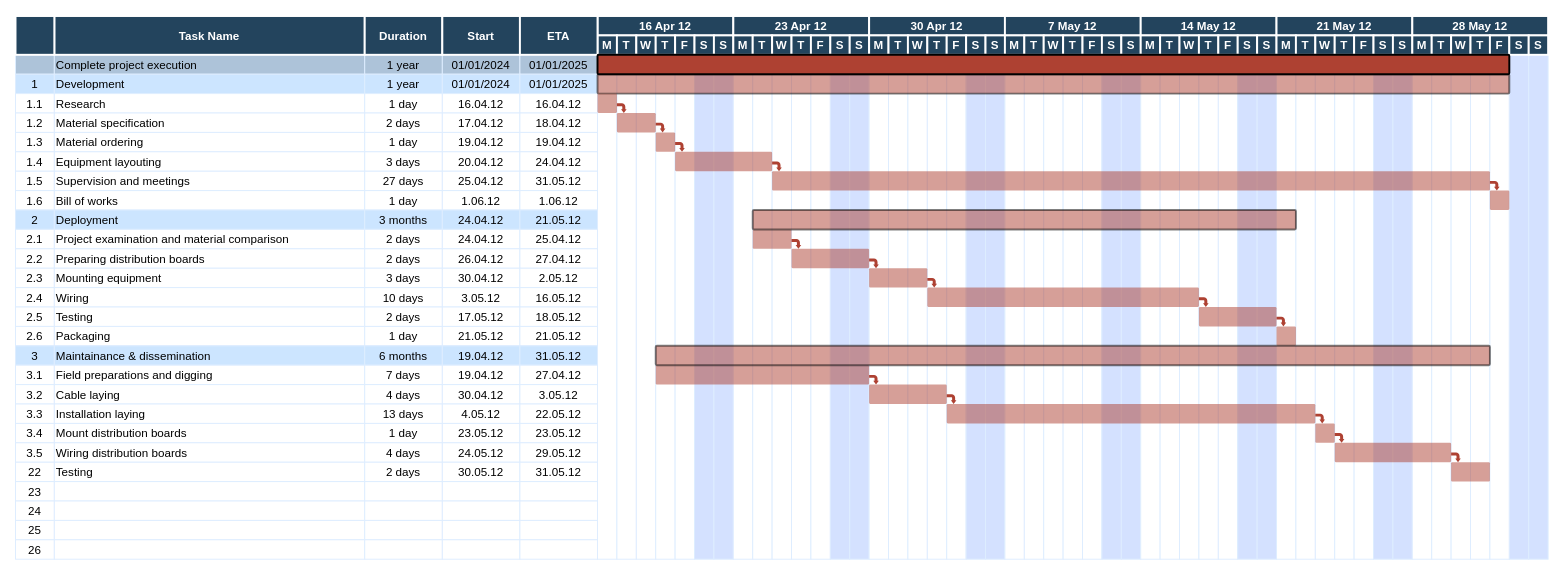
The draw.io diagram docs/GANTT-cineca.drawio in josura/c2c-sepia, before the edit. Source tidied: cells renumbered, new cells numbered last; positions are measured from the earlier drawing's top-left corner, leaving out a move shared by most shapes. Both pictures are drawn from the tidied source at 97%, with x=0, y=0 at pixel (15, 16).
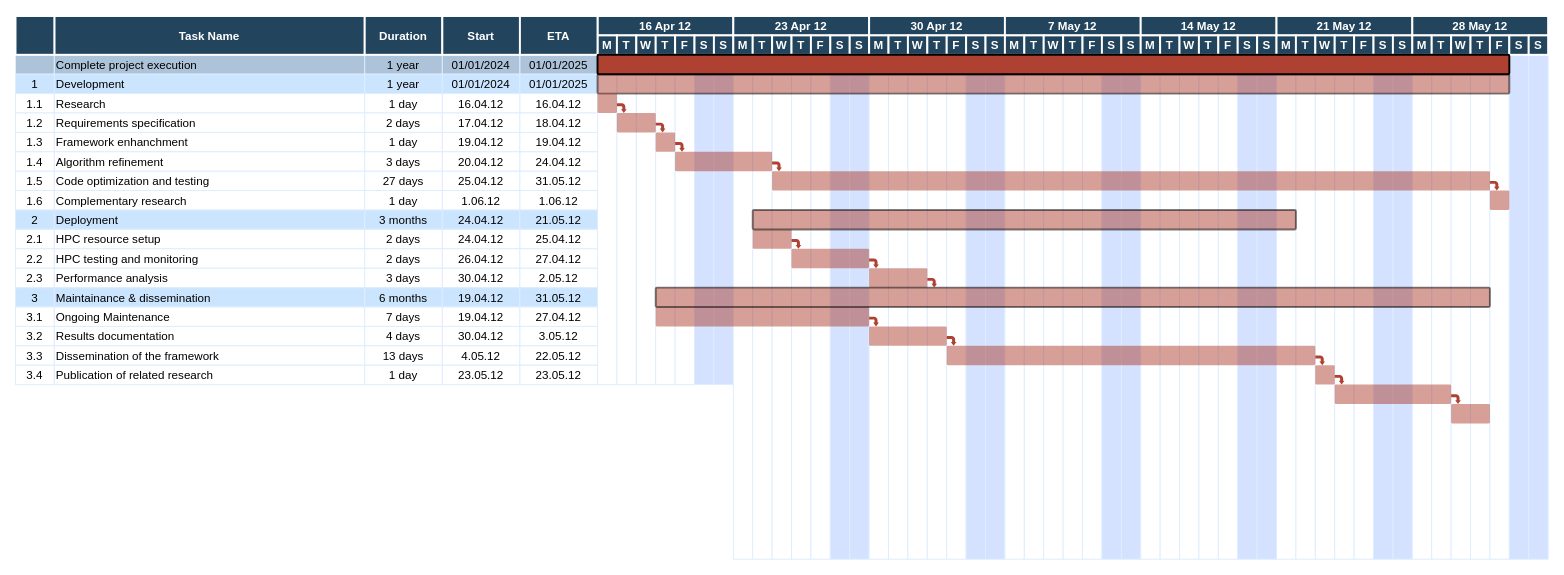
After the change.

Change to the diagram source:
```diff
@@
     <mxCell id="7" style="strokeColor=#DEEDFF;" parent="1" vertex="1">
-      <mxGeometry x="600.5" y="40" width="20" height="520" as="geometry" />
+      <mxGeometry x="600.5" y="40" width="20" height="340" as="geometry" />
     </mxCell>
@@
-    <mxCell id="19" value="Material specification" style="align=left;strokeColor=#DEEDFF;" parent="1" vertex="1">
+    <mxCell id="19" value="Requirements specification" style="align=left;strokeColor=#DEEDFF;" parent="1" vertex="1">
       <mxGeometry x="40.5" y="100" width="320" height="20" as="geometry" />
     </mxCell>
@@
-    <mxCell id="24" value="Material ordering" style="align=left;strokeColor=#DEEDFF;" parent="1" vertex="1">
+    <mxCell id="24" value="Framework enhanchment" style="align=left;strokeColor=#DEEDFF;" parent="1" vertex="1">
       <mxGeometry x="40.5" y="120" width="320" height="20" as="geometry" />
     </mxCell>
@@
-    <mxCell id="29" value="Equipment layouting" style="align=left;strokeColor=#DEEDFF;" parent="1" vertex="1">
+    <mxCell id="29" value="Algorithm refinement" style="align=left;strokeColor=#DEEDFF;" parent="1" vertex="1">
       <mxGeometry x="40.5" y="140" width="320" height="20" as="geometry" />
     </mxCell>
@@
-    <mxCell id="34" value="Supervision and meetings" style="align=left;strokeColor=#DEEDFF;" parent="1" vertex="1">
+    <mxCell id="34" value="Code optimization and testing" style="align=left;strokeColor=#DEEDFF;" parent="1" vertex="1">
       <mxGeometry x="40.5" y="160" width="320" height="20" as="geometry" />
     </mxCell>
@@
-    <mxCell id="39" value="Bill of works" style="align=left;strokeColor=#DEEDFF;" parent="1" vertex="1">
+    <mxCell id="39" value="Complementary research" style="align=left;strokeColor=#DEEDFF;" parent="1" vertex="1">
       <mxGeometry x="40.5" y="180" width="320" height="20" as="geometry" />
     </mxCell>
@@
-    <mxCell id="49" value="Project examination and material comparison" style="align=left;strokeColor=#DEEDFF;" parent="1" vertex="1">
+    <mxCell id="49" value="HPC resource setup" style="align=left;strokeColor=#DEEDFF;" parent="1" vertex="1">
       <mxGeometry x="40.5" y="220" width="320" height="20" as="geometry" />
     </mxCell>
@@
-    <mxCell id="54" value="Preparing distribution boards" style="align=left;strokeColor=#DEEDFF;" parent="1" vertex="1">
+    <mxCell id="54" value="HPC testing and monitoring" style="align=left;strokeColor=#DEEDFF;" parent="1" vertex="1">
       <mxGeometry x="40.5" y="240" width="320" height="20" as="geometry" />
     </mxCell>
@@
-    <mxCell id="59" value="Mounting equipment" style="align=left;strokeColor=#DEEDFF;" parent="1" vertex="1">
+    <mxCell id="59" value="Performance analysis" style="align=left;strokeColor=#DEEDFF;" parent="1" vertex="1">
       <mxGeometry x="40.5" y="260" width="320" height="20" as="geometry" />
     </mxCell>
@@
-    <mxCell id="63" value="2.4" style="strokeColor=#DEEDFF;" parent="1" vertex="1">
-      <mxGeometry x="0.5" y="280" width="40" height="20" as="geometry" />
-    </mxCell>
-    <mxCell id="64" value="Wiring" style="align=left;strokeColor=#DEEDFF;" parent="1" vertex="1">
-      <mxGeometry x="40.5" y="280" width="320" height="20" as="geometry" />
-    </mxCell>
-    <mxCell id="65" value="10 days" style="strokeColor=#DEEDFF;" parent="1" vertex="1">
-      <mxGeometry x="360.5" y="280" width="80" height="20" as="geometry" />
-    </mxCell>
-    <mxCell id="66" value="3.05.12" style="strokeColor=#DEEDFF;" parent="1" vertex="1">
-      <mxGeometry x="440.5" y="280" width="80" height="20" as="geometry" />
-    </mxCell>
-    <mxCell id="67" value="16.05.12" style="strokeColor=#DEEDFF;" parent="1" vertex="1">
-      <mxGeometry x="520.5" y="280" width="80" height="20" as="geometry" />
-    </mxCell>
-    <mxCell id="68" value="2.5" style="strokeColor=#DEEDFF;" parent="1" vertex="1">
-      <mxGeometry x="0.5" y="300" width="40" height="20" as="geometry" />
-    </mxCell>
-    <mxCell id="69" value="Testing" style="align=left;strokeColor=#DEEDFF;" parent="1" vertex="1">
-      <mxGeometry x="40.5" y="300" width="320" height="20" as="geometry" />
-    </mxCell>
-    <mxCell id="70" value="2 days" style="strokeColor=#DEEDFF;" parent="1" vertex="1">
-      <mxGeometry x="360.5" y="300" width="80" height="20" as="geometry" />
-    </mxCell>
-    <mxCell id="71" value="17.05.12" style="strokeColor=#DEEDFF;" parent="1" vertex="1">
-      <mxGeometry x="440.5" y="300" width="80" height="20" as="geometry" />
-    </mxCell>
-    <mxCell id="72" value="18.05.12" style="strokeColor=#DEEDFF;" parent="1" vertex="1">
-      <mxGeometry x="520.5" y="300" width="80" height="20" as="geometry" />
-    </mxCell>
-    <mxCell id="73" value="2.6" style="strokeColor=#DEEDFF;fillColor=#FFFFFF;" parent="1" vertex="1">
-      <mxGeometry x="0.5" y="320" width="40" height="20" as="geometry" />
-    </mxCell>
-    <mxCell id="74" value="Packaging" style="align=left;strokeColor=#DEEDFF;fillColor=#FFFFFF;" parent="1" vertex="1">
-      <mxGeometry x="40.5" y="320" width="320" height="20" as="geometry" />
-    </mxCell>
-    <mxCell id="75" value="1 day" style="strokeColor=#DEEDFF;fillColor=#FFFFFF;" parent="1" vertex="1">
-      <mxGeometry x="360.5" y="320" width="80" height="20" as="geometry" />
-    </mxCell>
-    <mxCell id="76" value="21.05.12" style="strokeColor=#DEEDFF;fillColor=#FFFFFF;" parent="1" vertex="1">
-      <mxGeometry x="440.5" y="320" width="80" height="20" as="geometry" />
-    </mxCell>
-    <mxCell id="77" value="21.05.12" style="strokeColor=#DEEDFF;fillColor=#FFFFFF;" parent="1" vertex="1">
-      <mxGeometry x="520.5" y="320" width="80" height="20" as="geometry" />
-    </mxCell>
     <mxCell id="78" value="3" style="strokeColor=#DEEDFF;fillColor=#CCE5FF;" parent="1" vertex="1">
-      <mxGeometry x="0.5" y="340" width="40" height="20" as="geometry" />
+      <mxGeometry x="0.5" y="280" width="40" height="20" as="geometry" />
     </mxCell>
     <mxCell id="79" value="Maintainance &amp; dissemination" style="align=left;strokeColor=#DEEDFF;fillColor=#CCE5FF;" parent="1" vertex="1">
-      <mxGeometry x="40.5" y="340" width="320" height="20" as="geometry" />
+      <mxGeometry x="40.5" y="280" width="320" height="20" as="geometry" />
     </mxCell>
     <mxCell id="80" value="6 months" style="strokeColor=#DEEDFF;fillColor=#CCE5FF;" parent="1" vertex="1">
-      <mxGeometry x="360.5" y="340" width="80" height="20" as="geometry" />
+      <mxGeometry x="360.5" y="280" width="80" height="20" as="geometry" />
     </mxCell>
     <mxCell id="81" value="19.04.12" style="strokeColor=#DEEDFF;fillColor=#CCE5FF;" parent="1" vertex="1">
-      <mxGeometry x="440.5" y="340" width="80" height="20" as="geometry" />
+      <mxGeometry x="440.5" y="280" width="80" height="20" as="geometry" />
     </mxCell>
     <mxCell id="82" value="31.05.12" style="strokeColor=#DEEDFF;fillColor=#CCE5FF;" parent="1" vertex="1">
-      <mxGeometry x="520.5" y="340" width="80" height="20" as="geometry" />
+      <mxGeometry x="520.5" y="280" width="80" height="20" as="geometry" />
     </mxCell>
     <mxCell id="83" value="3.1" style="strokeColor=#DEEDFF;" parent="1" vertex="1">
-      <mxGeometry x="0.5" y="360" width="40" height="20" as="geometry" />
+      <mxGeometry x="0.5" y="300" width="40" height="20" as="geometry" />
     </mxCell>
-    <mxCell id="84" value="Field preparations and digging" style="align=left;strokeColor=#DEEDFF;" parent="1" vertex="1">
-      <mxGeometry x="40.5" y="360" width="320" height="20" as="geometry" />
+    <mxCell id="84" value="Ongoing Maintenance" style="align=left;strokeColor=#DEEDFF;" parent="1" vertex="1">
+      <mxGeometry x="40.5" y="300" width="320" height="20" as="geometry" />
     </mxCell>
     <mxCell id="85" value="7 days" style="strokeColor=#DEEDFF;" parent="1" vertex="1">
-      <mxGeometry x="360.5" y="360" width="80" height="20" as="geometry" />
+      <mxGeometry x="360.5" y="300" width="80" height="20" as="geometry" />
     </mxCell>
     <mxCell id="86" value="19.04.12" style="strokeColor=#DEEDFF;" parent="1" vertex="1">
-      <mxGeometry x="440.5" y="360" width="80" height="20" as="geometry" />
+      <mxGeometry x="440.5" y="300" width="80" height="20" as="geometry" />
     </mxCell>
     <mxCell id="87" value="27.04.12" style="strokeColor=#DEEDFF;" parent="1" vertex="1">
-      <mxGeometry x="520.5" y="360" width="80" height="20" as="geometry" />
+      <mxGeometry x="520.5" y="300" width="80" height="20" as="geometry" />
     </mxCell>
     <mxCell id="88" value="3.2" style="strokeColor=#DEEDFF;" parent="1" vertex="1">
-      <mxGeometry x="0.5" y="380" width="40" height="20" as="geometry" />
+      <mxGeometry x="0.5" y="320" width="40" height="20" as="geometry" />
     </mxCell>
-    <mxCell id="89" value="Cable laying" style="align=left;strokeColor=#DEEDFF;" parent="1" vertex="1">
-      <mxGeometry x="40.5" y="380" width="320" height="20" as="geometry" />
+    <mxCell id="89" value="Results documentation" style="align=left;strokeColor=#DEEDFF;" parent="1" vertex="1">
+      <mxGeometry x="40.5" y="320" width="320" height="20" as="geometry" />
     </mxCell>
     <mxCell id="90" value="4 days" style="strokeColor=#DEEDFF;" parent="1" vertex="1">
-      <mxGeometry x="360.5" y="380" width="80" height="20" as="geometry" />
+      <mxGeometry x="360.5" y="320" width="80" height="20" as="geometry" />
     </mxCell>
     <mxCell id="91" value="30.04.12" style="strokeColor=#DEEDFF;" parent="1" vertex="1">
-      <mxGeometry x="440.5" y="380" width="80" height="20" as="geometry" />
+      <mxGeometry x="440.5" y="320" width="80" height="20" as="geometry" />
     </mxCell>
     <mxCell id="92" value="3.05.12" style="strokeColor=#DEEDFF;" parent="1" vertex="1">
-      <mxGeometry x="520.5" y="380" width="80" height="20" as="geometry" />
+      <mxGeometry x="520.5" y="320" width="80" height="20" as="geometry" />
     </mxCell>
     <mxCell id="93" value="3.3" style="strokeColor=#DEEDFF;" parent="1" vertex="1">
-      <mxGeometry x="0.5" y="400" width="40" height="20" as="geometry" />
+      <mxGeometry x="0.5" y="340" width="40" height="20" as="geometry" />
     </mxCell>
-    <mxCell id="94" value="Installation laying" style="align=left;strokeColor=#DEEDFF;" parent="1" vertex="1">
-      <mxGeometry x="40.5" y="400" width="320" height="20" as="geometry" />
+    <mxCell id="94" value="Dissemination of the framework" style="align=left;strokeColor=#DEEDFF;" parent="1" vertex="1">
+      <mxGeometry x="40.5" y="340" width="320" height="20" as="geometry" />
     </mxCell>
     <mxCell id="95" value="13 days" style="strokeColor=#DEEDFF;" parent="1" vertex="1">
-      <mxGeometry x="360.5" y="400" width="80" height="20" as="geometry" />
+      <mxGeometry x="360.5" y="340" width="80" height="20" as="geometry" />
     </mxCell>
     <mxCell id="96" value="4.05.12" style="strokeColor=#DEEDFF;" parent="1" vertex="1">
-      <mxGeometry x="440.5" y="400" width="80" height="20" as="geometry" />
+      <mxGeometry x="440.5" y="340" width="80" height="20" as="geometry" />
     </mxCell>
     <mxCell id="97" value="22.05.12" style="strokeColor=#DEEDFF;" parent="1" vertex="1">
-      <mxGeometry x="520.5" y="400" width="80" height="20" as="geometry" />
+      <mxGeometry x="520.5" y="340" width="80" height="20" as="geometry" />
     </mxCell>
     <mxCell id="98" value="3.4" style="strokeColor=#DEEDFF;" parent="1" vertex="1">
-      <mxGeometry x="0.5" y="420" width="40" height="20" as="geometry" />
+      <mxGeometry x="0.5" y="360" width="40" height="20" as="geometry" />
     </mxCell>
-    <mxCell id="99" value="Mount distribution boards" style="align=left;strokeColor=#DEEDFF;" parent="1" vertex="1">
-      <mxGeometry x="40.5" y="420" width="320" height="20" as="geometry" />
+    <mxCell id="99" value="Publication of related research" style="align=left;strokeColor=#DEEDFF;" parent="1" vertex="1">
+      <mxGeometry x="40.5" y="360" width="320" height="20" as="geometry" />
     </mxCell>
     <mxCell id="100" value="1 day" style="strokeColor=#DEEDFF;" parent="1" vertex="1">
-      <mxGeometry x="360.5" y="420" width="80" height="20" as="geometry" />
+      <mxGeometry x="360.5" y="360" width="80" height="20" as="geometry" />
     </mxCell>
     <mxCell id="101" value="23.05.12" style="strokeColor=#DEEDFF;" parent="1" vertex="1">
-      <mxGeometry x="440.5" y="420" width="80" height="20" as="geometry" />
+      <mxGeometry x="440.5" y="360" width="80" height="20" as="geometry" />
     </mxCell>
     <mxCell id="102" value="23.05.12" style="strokeColor=#DEEDFF;" parent="1" vertex="1">
-      <mxGeometry x="520.5" y="420" width="80" height="20" as="geometry" />
+      <mxGeometry x="520.5" y="360" width="80" height="20" as="geometry" />
     </mxCell>
-    <mxCell id="103" value="3.5" style="strokeColor=#DEEDFF;" parent="1" vertex="1">
-      <mxGeometry x="0.5" y="440" width="40" height="20" as="geometry" />
-    </mxCell>
-    <mxCell id="104" value="Wiring distribution boards" style="align=left;strokeColor=#DEEDFF;" parent="1" vertex="1">
-      <mxGeometry x="40.5" y="440" width="320" height="20" as="geometry" />
-    </mxCell>
-    <mxCell id="105" value="4 days" style="strokeColor=#DEEDFF;" parent="1" vertex="1">
-      <mxGeometry x="360.5" y="440" width="80" height="20" as="geometry" />
-    </mxCell>
-    <mxCell id="106" value="24.05.12" style="strokeColor=#DEEDFF;" parent="1" vertex="1">
-      <mxGeometry x="440.5" y="440" width="80" height="20" as="geometry" />
-    </mxCell>
-    <mxCell id="107" value="29.05.12" style="strokeColor=#DEEDFF;" parent="1" vertex="1">
-      <mxGeometry x="520.5" y="440" width="80" height="20" as="geometry" />
-    </mxCell>
-    <mxCell id="108" value="22" style="strokeColor=#DEEDFF;" parent="1" vertex="1">
-      <mxGeometry x="0.5" y="460" width="40" height="20" as="geometry" />
-    </mxCell>
-    <mxCell id="109" value="Testing" style="align=left;strokeColor=#DEEDFF;" parent="1" vertex="1">
-      <mxGeometry x="40.5" y="460" width="320" height="20" as="geometry" />
-    </mxCell>
-    <mxCell id="110" value="2 days" style="strokeColor=#DEEDFF;" parent="1" vertex="1">
-      <mxGeometry x="360.5" y="460" width="80" height="20" as="geometry" />
-    </mxCell>
-    <mxCell id="111" value="30.05.12" style="strokeColor=#DEEDFF;" parent="1" vertex="1">
-      <mxGeometry x="440.5" y="460" width="80" height="20" as="geometry" />
-    </mxCell>
-    <mxCell id="112" value="31.05.12" style="strokeColor=#DEEDFF;" parent="1" vertex="1">
-      <mxGeometry x="520.5" y="460" width="80" height="20" as="geometry" />
-    </mxCell>
-    <mxCell id="113" value="23" style="strokeColor=#DEEDFF;" parent="1" vertex="1">
-      <mxGeometry x="0.5" y="480" width="40" height="20" as="geometry" />
-    </mxCell>
-    <mxCell id="114" style="align=left;strokeColor=#DEEDFF;" parent="1" vertex="1">
-      <mxGeometry x="40.5" y="480" width="320" height="20" as="geometry" />
-    </mxCell>
-    <mxCell id="115" style="strokeColor=#DEEDFF;" parent="1" vertex="1">
-      <mxGeometry x="360.5" y="480" width="80" height="20" as="geometry" />
-    </mxCell>
-    <mxCell id="116" style="strokeColor=#DEEDFF;" parent="1" vertex="1">
-      <mxGeometry x="440.5" y="480" width="80" height="20" as="geometry" />
-    </mxCell>
-    <mxCell id="117" style="strokeColor=#DEEDFF;" parent="1" vertex="1">
-      <mxGeometry x="520.5" y="480" width="80" height="20" as="geometry" />
-    </mxCell>
-    <mxCell id="118" value="24" style="strokeColor=#DEEDFF;" parent="1" vertex="1">
-      <mxGeometry x="0.5" y="500" width="40" height="20" as="geometry" />
-    </mxCell>
-    <mxCell id="119" style="align=left;strokeColor=#DEEDFF;" parent="1" vertex="1">
-      <mxGeometry x="40.5" y="500" width="320" height="20" as="geometry" />
-    </mxCell>
-    <mxCell id="120" style="strokeColor=#DEEDFF;" parent="1" vertex="1">
-      <mxGeometry x="360.5" y="500" width="80" height="20" as="geometry" />
-    </mxCell>
-    <mxCell id="121" style="strokeColor=#DEEDFF;" parent="1" vertex="1">
-      <mxGeometry x="440.5" y="500" width="80" height="20" as="geometry" />
-    </mxCell>
-    <mxCell id="122" style="strokeColor=#DEEDFF;" parent="1" vertex="1">
-      <mxGeometry x="520.5" y="500" width="80" height="20" as="geometry" />
-    </mxCell>
-    <mxCell id="123" value="25" style="strokeColor=#DEEDFF;" parent="1" vertex="1">
-      <mxGeometry x="0.5" y="520" width="40" height="20" as="geometry" />
-    </mxCell>
-    <mxCell id="124" style="align=left;strokeColor=#DEEDFF;" parent="1" vertex="1">
-      <mxGeometry x="40.5" y="520" width="320" height="20" as="geometry" />
-    </mxCell>
-    <mxCell id="125" style="strokeColor=#DEEDFF;" parent="1" vertex="1">
-      <mxGeometry x="360.5" y="520" width="80" height="20" as="geometry" />
-    </mxCell>
-    <mxCell id="126" style="strokeColor=#DEEDFF;" parent="1" vertex="1">
-      <mxGeometry x="440.5" y="520" width="80" height="20" as="geometry" />
-    </mxCell>
-    <mxCell id="127" style="strokeColor=#DEEDFF;" parent="1" vertex="1">
-      <mxGeometry x="520.5" y="520" width="80" height="20" as="geometry" />
-    </mxCell>
-    <mxCell id="128" value="26" style="strokeColor=#DEEDFF;" parent="1" vertex="1">
-      <mxGeometry x="0.5" y="540" width="40" height="20" as="geometry" />
-    </mxCell>
-    <mxCell id="129" style="align=left;strokeColor=#DEEDFF;" parent="1" vertex="1">
-      <mxGeometry x="40.5" y="540" width="320" height="20" as="geometry" />
-    </mxCell>
-    <mxCell id="130" style="strokeColor=#DEEDFF;" parent="1" vertex="1">
-      <mxGeometry x="360.5" y="540" width="80" height="20" as="geometry" />
-    </mxCell>
-    <mxCell id="131" style="strokeColor=#DEEDFF;" parent="1" vertex="1">
-      <mxGeometry x="440.5" y="540" width="80" height="20" as="geometry" />
-    </mxCell>
-    <mxCell id="132" style="strokeColor=#DEEDFF;" parent="1" vertex="1">
-      <mxGeometry x="520.5" y="540" width="80" height="20" as="geometry" />
-    </mxCell>
     <mxCell id="133" style="strokeColor=#DEEDFF;" parent="1" vertex="1">
-      <mxGeometry x="620.5" y="40" width="20" height="520" as="geometry" />
+      <mxGeometry x="620.5" y="40" width="20" height="340" as="geometry" />
     </mxCell>
     <mxCell id="134" style="strokeColor=#DEEDFF;" parent="1" vertex="1">
-      <mxGeometry x="640.5" y="40" width="20" height="520" as="geometry" />
+      <mxGeometry x="640.5" y="40" width="20" height="340" as="geometry" />
     </mxCell>
     <mxCell id="135" style="strokeColor=#DEEDFF;" parent="1" vertex="1">
-      <mxGeometry x="660.5" y="40" width="20" height="520" as="geometry" />
+      <mxGeometry x="660.5" y="40" width="20" height="340" as="geometry" />
     </mxCell>
     <mxCell id="136" style="strokeColor=#DEEDFF;" parent="1" vertex="1">
-      <mxGeometry x="680.5" y="40" width="20" height="520" as="geometry" />
+      <mxGeometry x="680.5" y="40" width="20" height="340" as="geometry" />
     </mxCell>
     <mxCell id="137" style="strokeColor=#DEEDFF;fillColor=#D4E1FF;" parent="1" vertex="1">
-      <mxGeometry x="700.5" y="40" width="20" height="520" as="geometry" />
+      <mxGeometry x="700.5" y="40" width="20" height="340" as="geometry" />
     </mxCell>
     <mxCell id="138" style="strokeColor=#DEEDFF;fillColor=#D4E1FF;" parent="1" vertex="1">
-      <mxGeometry x="720.5" y="40" width="20" height="520" as="geometry" />
+      <mxGeometry x="720.5" y="40" width="20" height="340" as="geometry" />
     </mxCell>
@@
-    <mxCell id="259" style="shape=mxgraph.flowchart.process;fillColor=#AE4132;strokeColor=none;strokeWidth=2;opacity=50;" parent="1" vertex="1">
-      <mxGeometry x="940.5" y="280" width="280" height="20" as="geometry" />
-    </mxCell>
-    <mxCell id="260" style="shape=mxgraph.flowchart.process;fillColor=#AE4132;strokeColor=none;strokeWidth=2;opacity=50;" parent="1" vertex="1">
-      <mxGeometry x="1220.5" y="300" width="80" height="20" as="geometry" />
-    </mxCell>
-    <mxCell id="261" style="shape=mxgraph.flowchart.process;fillColor=#AE4132;strokeColor=none;strokeWidth=2;opacity=50;" parent="1" vertex="1">
-      <mxGeometry x="1300.5" y="320" width="20" height="20" as="geometry" />
-    </mxCell>
     <mxCell id="262" style="shape=mxgraph.flowchart.process;fillColor=#AE4132;strokeColor=none;strokeWidth=2;opacity=50;" parent="1" vertex="1">
-      <mxGeometry x="660.5" y="360" width="220" height="20" as="geometry" />
+      <mxGeometry x="660.5" y="300" width="220" height="20" as="geometry" />
     </mxCell>
     <mxCell id="263" style="shape=mxgraph.flowchart.process;fillColor=#AE4132;strokeColor=none;strokeWidth=2;opacity=50;" parent="1" vertex="1">
-      <mxGeometry x="880.5" y="380" width="80" height="20" as="geometry" />
+      <mxGeometry x="880.5" y="320" width="80" height="20" as="geometry" />
     </mxCell>
     <mxCell id="264" style="shape=mxgraph.flowchart.process;fillColor=#AE4132;strokeColor=none;strokeWidth=2;opacity=50;" parent="1" vertex="1">
-      <mxGeometry x="960.5" y="400" width="380" height="20" as="geometry" />
+      <mxGeometry x="960.5" y="340" width="380" height="20" as="geometry" />
     </mxCell>
     <mxCell id="265" style="shape=mxgraph.flowchart.process;fillColor=#AE4132;strokeColor=none;strokeWidth=2;opacity=50;" parent="1" vertex="1">
-      <mxGeometry x="1340.5" y="420" width="20" height="20" as="geometry" />
+      <mxGeometry x="1340.5" y="360" width="20" height="20" as="geometry" />
     </mxCell>
     <mxCell id="266" style="shape=mxgraph.flowchart.process;fillColor=#AE4132;strokeColor=none;strokeWidth=2;opacity=50;" parent="1" vertex="1">
-      <mxGeometry x="1360.5" y="440" width="120" height="20" as="geometry" />
+      <mxGeometry x="1360.5" y="380" width="120" height="20" as="geometry" />
     </mxCell>
     <mxCell id="267" style="shape=mxgraph.flowchart.process;fillColor=#AE4132;strokeColor=none;strokeWidth=2;opacity=50;" parent="1" vertex="1">
-      <mxGeometry x="1480.5" y="460" width="40" height="20" as="geometry" />
+      <mxGeometry x="1480.5" y="400" width="40" height="20" as="geometry" />
     </mxCell>
     <mxCell id="268" style="shape=mxgraph.flowchart.process;fillColor=#AE4132;strokeColor=#000000;strokeWidth=2;opacity=50;" parent="1" vertex="1">
-      <mxGeometry x="660.5" y="340" width="860" height="20" as="geometry" />
+      <mxGeometry x="660.5" y="280" width="860" height="20" as="geometry" />
     </mxCell>
@@
-    <mxCell id="272" style="shape=mxgraph.arrows.bent_right_arrow;fillColor=#AE4132;strokeColor=none;strokeWidth=2;direction=south;" parent="1" vertex="1">
-      <mxGeometry x="1220.5" y="290" width="10" height="10" as="geometry" />
-    </mxCell>
-    <mxCell id="273" style="shape=mxgraph.arrows.bent_right_arrow;fillColor=#AE4132;strokeColor=none;strokeWidth=2;direction=south;" parent="1" vertex="1">
-      <mxGeometry x="1300.5" y="310" width="10" height="10" as="geometry" />
-    </mxCell>
     <mxCell id="274" style="shape=mxgraph.arrows.bent_right_arrow;fillColor=#AE4132;strokeColor=none;strokeWidth=2;direction=south;" parent="1" vertex="1">
-      <mxGeometry x="880.5" y="370" width="10" height="10" as="geometry" />
+      <mxGeometry x="880.5" y="310" width="10" height="10" as="geometry" />
     </mxCell>
     <mxCell id="275" style="shape=mxgraph.arrows.bent_right_arrow;fillColor=#AE4132;strokeColor=none;strokeWidth=2;direction=south;" parent="1" vertex="1">
-      <mxGeometry x="960.5" y="390" width="10" height="10" as="geometry" />
+      <mxGeometry x="960.5" y="330" width="10" height="10" as="geometry" />
     </mxCell>
     <mxCell id="276" style="shape=mxgraph.arrows.bent_right_arrow;fillColor=#AE4132;strokeColor=none;strokeWidth=2;direction=south;" parent="1" vertex="1">
-      <mxGeometry x="1340.5" y="410" width="10" height="10" as="geometry" />
+      <mxGeometry x="1340.5" y="350" width="10" height="10" as="geometry" />
     </mxCell>
     <mxCell id="277" style="shape=mxgraph.arrows.bent_right_arrow;fillColor=#AE4132;strokeColor=none;strokeWidth=2;direction=south;" parent="1" vertex="1">
-      <mxGeometry x="1360.5" y="430" width="10" height="10" as="geometry" />
+      <mxGeometry x="1360.5" y="370" width="10" height="10" as="geometry" />
     </mxCell>
     <mxCell id="278" style="shape=mxgraph.arrows.bent_right_arrow;fillColor=#AE4132;strokeColor=none;strokeWidth=2;direction=south;" parent="1" vertex="1">
-      <mxGeometry x="1480.5" y="450" width="10" height="10" as="geometry" />
+      <mxGeometry x="1480.5" y="390" width="10" height="10" as="geometry" />
     </mxCell>
```
